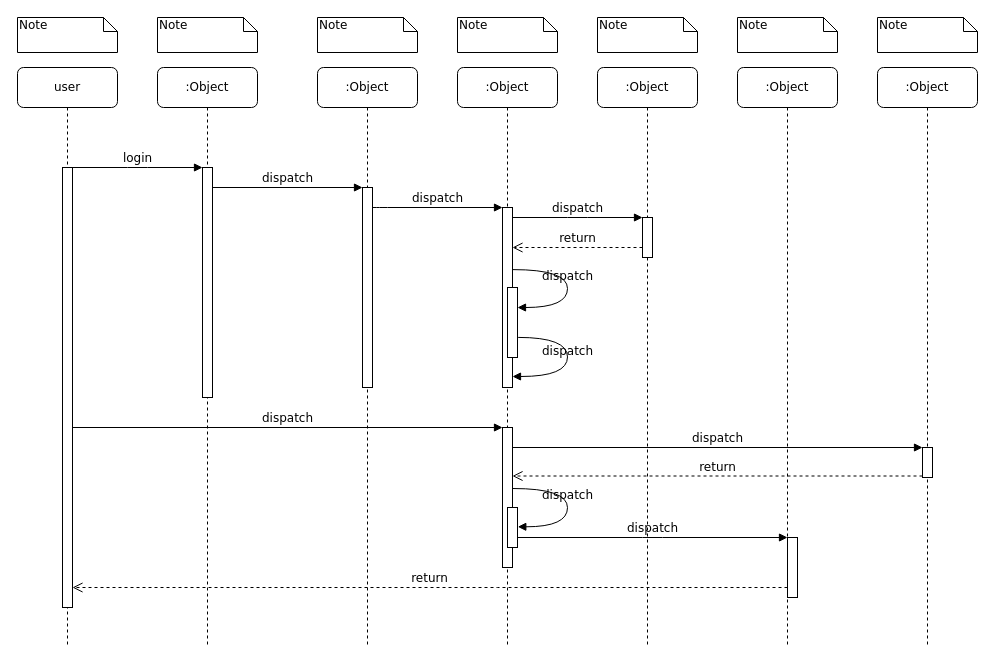
rogerkampret/Kantin-Kampus-Digital keeps this draw.io diagram as Diagram Tanpa Judul.drawio. Above is the earlier version. Source tidied: cells renumbered, new cells numbered last; positions are measured from the earlier drawing's top-left corner, leaving out a move shared by most shapes. Both pictures are drawn from the tidied source at 100%, with x=0, y=0 at pixel (17, 17).
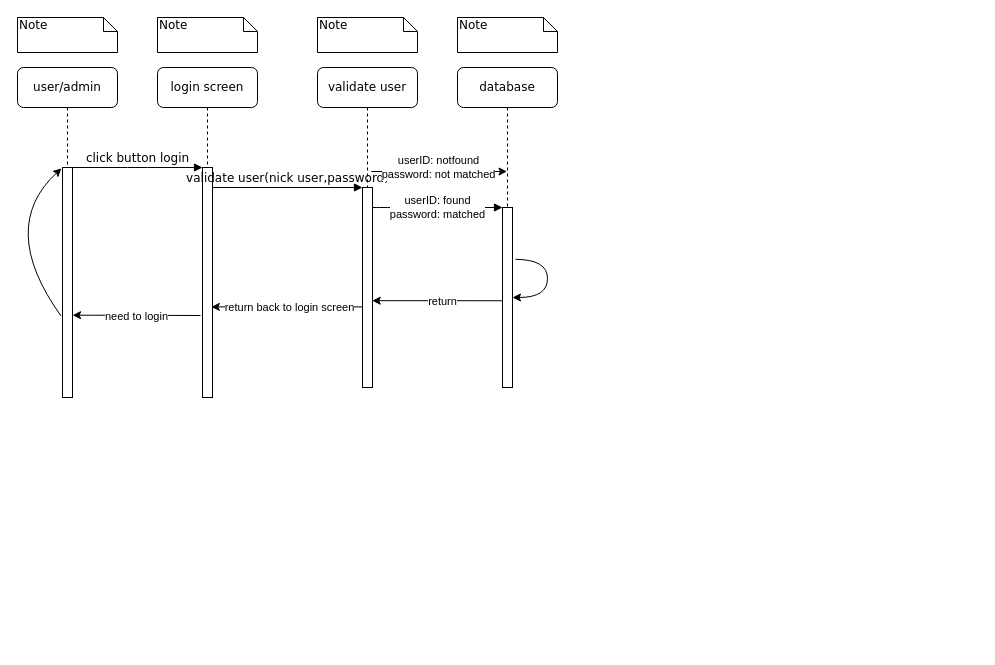
Above is the later version.

Unchanged cells that the change refers to:
```xml
<mxCell id="3" style="html=1;points=[];perimeter=orthogonalPerimeter;rounded=0;shadow=0;comic=0;labelBackgroundColor=none;strokeWidth=1;fontFamily=Verdana;fontSize=12;align=center;" parent="2" vertex="1">
  <mxGeometry x="45" y="100" width="10" height="230" as="geometry" />
</mxCell>
<mxCell id="5" style="html=1;points=[];perimeter=orthogonalPerimeter;rounded=0;shadow=0;comic=0;labelBackgroundColor=none;strokeWidth=1;fontFamily=Verdana;fontSize=12;align=center;" parent="4" vertex="1">
  <mxGeometry x="45" y="120" width="10" height="200" as="geometry" />
</mxCell>
<mxCell id="12" style="html=1;points=[];perimeter=orthogonalPerimeter;rounded=0;shadow=0;comic=0;labelBackgroundColor=none;strokeWidth=1;fontFamily=Verdana;fontSize=12;align=center;" parent="1" vertex="1">
  <mxGeometry x="485" y="190" width="10" height="180" as="geometry" />
</mxCell>
```

The edit, as a diff of the source:
```diff
@@
-    <mxCell id="2" value=":Object" style="shape=umlLifeline;perimeter=lifelinePerimeter;whiteSpace=wrap;html=1;rounded=1;shadow=0;comic=0;labelBackgroundColor=none;strokeWidth=1;fontFamily=Verdana;fontSize=12;align=center;" parent="1" vertex="1">
-      <mxGeometry x="140" y="50" width="100" height="580" as="geometry" />
+    <mxCell id="2" value="login screen" style="shape=umlLifeline;perimeter=lifelinePerimeter;whiteSpace=wrap;html=1;rounded=1;shadow=0;comic=0;labelBackgroundColor=none;strokeWidth=1;fontFamily=Verdana;fontSize=12;align=center;" parent="1" vertex="1">
+      <mxGeometry x="140" y="50" width="100" height="330" as="geometry" />
     </mxCell>
@@
-    <mxCell id="4" value=":Object" style="shape=umlLifeline;perimeter=lifelinePerimeter;whiteSpace=wrap;html=1;outlineConnect=0;rounded=1;shadow=0;comic=0;labelBackgroundColor=none;strokeWidth=1;fontFamily=Verdana;fontSize=12;align=center;" parent="1" vertex="1">
-      <mxGeometry x="300" y="50" width="100" height="580" as="geometry" />
+    <mxCell id="4" value="validate user" style="shape=umlLifeline;perimeter=lifelinePerimeter;whiteSpace=wrap;html=1;outlineConnect=0;rounded=1;shadow=0;comic=0;labelBackgroundColor=none;strokeWidth=1;fontFamily=Verdana;fontSize=12;align=center;" parent="1" vertex="1">
+      <mxGeometry x="300" y="50" width="100" height="320" as="geometry" />
     </mxCell>
@@
-    <mxCell id="6" value=":Object" style="shape=umlLifeline;perimeter=lifelinePerimeter;whiteSpace=wrap;html=1;outlineConnect=0;rounded=1;shadow=0;comic=0;labelBackgroundColor=none;strokeWidth=1;fontFamily=Verdana;fontSize=12;align=center;" parent="1" vertex="1">
-      <mxGeometry x="440" y="50" width="100" height="580" as="geometry" />
+    <mxCell id="6" value="database" style="shape=umlLifeline;perimeter=lifelinePerimeter;whiteSpace=wrap;html=1;outlineConnect=0;rounded=1;shadow=0;comic=0;labelBackgroundColor=none;strokeWidth=1;fontFamily=Verdana;fontSize=12;align=center;" parent="1" vertex="1">
+      <mxGeometry x="440" y="50" width="100" height="320" as="geometry" />
     </mxCell>
-    <mxCell id="7" value=":Object" style="shape=umlLifeline;perimeter=lifelinePerimeter;whiteSpace=wrap;html=1;rounded=1;shadow=0;comic=0;labelBackgroundColor=none;strokeWidth=1;fontFamily=Verdana;fontSize=12;align=center;" parent="1" vertex="1">
-      <mxGeometry x="580" y="50" width="100" height="580" as="geometry" />
-    </mxCell>
-    <mxCell id="8" value=":Object" style="shape=umlLifeline;perimeter=lifelinePerimeter;whiteSpace=wrap;html=1;rounded=1;shadow=0;comic=0;labelBackgroundColor=none;strokeWidth=1;fontFamily=Verdana;fontSize=12;align=center;" parent="1" vertex="1">
-      <mxGeometry x="720" y="50" width="100" height="580" as="geometry" />
-    </mxCell>
-    <mxCell id="9" value=":Object" style="shape=umlLifeline;perimeter=lifelinePerimeter;whiteSpace=wrap;html=1;rounded=1;shadow=0;comic=0;labelBackgroundColor=none;strokeWidth=1;fontFamily=Verdana;fontSize=12;align=center;" parent="1" vertex="1">
-      <mxGeometry x="860" y="50" width="100" height="580" as="geometry" />
-    </mxCell>
-    <mxCell id="10" value="user" style="shape=umlLifeline;perimeter=lifelinePerimeter;whiteSpace=wrap;html=1;rounded=1;shadow=0;comic=0;labelBackgroundColor=none;strokeWidth=1;fontFamily=Verdana;fontSize=12;align=center;" parent="1" vertex="1">
-      <mxGeometry y="50" width="100" height="580" as="geometry" />
+    <mxCell id="10" value="user/admin" style="shape=umlLifeline;perimeter=lifelinePerimeter;whiteSpace=wrap;html=1;rounded=1;shadow=0;comic=0;labelBackgroundColor=none;strokeWidth=1;fontFamily=Verdana;fontSize=12;align=center;" parent="1" vertex="1">
+      <mxGeometry y="50" width="100" height="330" as="geometry" />
     </mxCell>
     <mxCell id="11" style="html=1;points=[];perimeter=orthogonalPerimeter;rounded=0;shadow=0;comic=0;labelBackgroundColor=none;strokeWidth=1;fontFamily=Verdana;fontSize=12;align=center;" parent="10" vertex="1">
-      <mxGeometry x="45" y="100" width="10" height="440" as="geometry" />
+      <mxGeometry x="45" y="100" width="10" height="230" as="geometry" />
     </mxCell>
+    <mxCell id="39" style="curved=1;endArrow=classic;html=1;rounded=0;exitX=-0.14;exitY=0.646;exitDx=0;exitDy=0;exitPerimeter=0;entryX=-0.104;entryY=0.004;entryDx=0;entryDy=0;entryPerimeter=0;" parent="10" edge="1" source="11" target="11">
+      <mxGeometry relative="1" as="geometry">
+        <Array as="points">
+          <mxPoint x="-20" y="160" />
+        </Array>
+      </mxGeometry>
+    </mxCell>
@@
-    <mxCell id="13" value="dispatch" style="html=1;verticalAlign=bottom;endArrow=block;labelBackgroundColor=none;fontFamily=Verdana;fontSize=12;edgeStyle=elbowEdgeStyle;elbow=vertical;" parent="1" edge="1" source="5" target="12">
+    <mxCell id="13" value="&lt;p dir=&quot;ltr&quot;&gt;&lt;br&gt;&lt;/p&gt;" style="html=1;verticalAlign=bottom;endArrow=block;labelBackgroundColor=none;fontFamily=Verdana;fontSize=12;edgeStyle=elbowEdgeStyle;elbow=vertical;" parent="1" edge="1" source="5" target="12">
       <mxGeometry relative="1" as="geometry">
         <Array as="points">
           <mxPoint x="360" y="190" />
         </Array>
       </mxGeometry>
     </mxCell>
-    <mxCell id="14" style="html=1;points=[];perimeter=orthogonalPerimeter;rounded=0;shadow=0;comic=0;labelBackgroundColor=none;strokeWidth=1;fontFamily=Verdana;fontSize=12;align=center;" parent="1" vertex="1">
-      <mxGeometry x="625" y="200" width="10" height="40" as="geometry" />
-    </mxCell>
-    <mxCell id="15" value="dispatch" style="html=1;verticalAlign=bottom;endArrow=block;entryX=0;entryY=0;labelBackgroundColor=none;fontFamily=Verdana;fontSize=12;edgeStyle=elbowEdgeStyle;elbow=vertical;" parent="1" edge="1" source="12" target="14">
-      <mxGeometry relative="1" as="geometry" />
-    </mxCell>
-    <mxCell id="16" value="return" style="html=1;verticalAlign=bottom;endArrow=open;dashed=1;endSize=8;labelBackgroundColor=none;fontFamily=Verdana;fontSize=12;edgeStyle=elbowEdgeStyle;elbow=vertical;" parent="1" edge="1" source="14" target="12">
-      <mxGeometry relative="1" as="geometry">
-        <Array as="points">
-          <mxPoint x="570" y="230" />
-          <mxPoint x="600" y="230" />
-        </Array>
-      </mxGeometry>
-    </mxCell>
-    <mxCell id="17" style="html=1;points=[];perimeter=orthogonalPerimeter;rounded=0;shadow=0;comic=0;labelBackgroundColor=none;strokeWidth=1;fontFamily=Verdana;fontSize=12;align=center;" parent="1" vertex="1">
-      <mxGeometry x="485" y="410" width="10" height="140" as="geometry" />
-    </mxCell>
-    <mxCell id="18" value="dispatch" style="html=1;verticalAlign=bottom;endArrow=block;entryX=0;entryY=0;labelBackgroundColor=none;fontFamily=Verdana;fontSize=12;" parent="1" edge="1" source="11" target="17">
-      <mxGeometry relative="1" as="geometry" />
-    </mxCell>
-    <mxCell id="19" style="html=1;points=[];perimeter=orthogonalPerimeter;rounded=0;shadow=0;comic=0;labelBackgroundColor=none;strokeColor=#000000;strokeWidth=1;fillColor=#FFFFFF;fontFamily=Verdana;fontSize=12;fontColor=#000000;align=center;" parent="1" vertex="1">
-      <mxGeometry x="905" y="430" width="10" height="30" as="geometry" />
-    </mxCell>
-    <mxCell id="20" value="dispatch" style="html=1;verticalAlign=bottom;endArrow=block;entryX=0;entryY=0;labelBackgroundColor=none;fontFamily=Verdana;fontSize=12;" parent="1" edge="1" source="17" target="19">
-      <mxGeometry relative="1" as="geometry" />
-    </mxCell>
-    <mxCell id="21" value="return" style="html=1;verticalAlign=bottom;endArrow=open;dashed=1;endSize=8;exitX=0;exitY=0.95;labelBackgroundColor=none;fontFamily=Verdana;fontSize=12;" parent="1" edge="1" source="19" target="17">
-      <mxGeometry relative="1" as="geometry" />
-    </mxCell>
-    <mxCell id="22" style="html=1;points=[];perimeter=orthogonalPerimeter;rounded=0;shadow=0;comic=0;labelBackgroundColor=none;strokeWidth=1;fontFamily=Verdana;fontSize=12;align=center;" parent="1" vertex="1">
-      <mxGeometry x="770" y="520" width="10" height="60" as="geometry" />
-    </mxCell>
-    <mxCell id="23" value="dispatch" style="html=1;verticalAlign=bottom;endArrow=block;entryX=0;entryY=0;labelBackgroundColor=none;fontFamily=Verdana;fontSize=12;edgeStyle=elbowEdgeStyle;elbow=vertical;" parent="1" edge="1" source="30" target="22">
-      <mxGeometry relative="1" as="geometry" />
-    </mxCell>
-    <mxCell id="24" value="return" style="html=1;verticalAlign=bottom;endArrow=open;dashed=1;endSize=8;labelBackgroundColor=none;fontFamily=Verdana;fontSize=12;edgeStyle=elbowEdgeStyle;elbow=vertical;" parent="1" edge="1" source="22" target="11">
-      <mxGeometry relative="1" as="geometry">
-        <Array as="points">
-          <mxPoint x="470" y="570" />
-        </Array>
-      </mxGeometry>
-    </mxCell>
+    <mxCell id="40" value="userID: found&lt;div&gt;password: matched&lt;/div&gt;" style="edgeLabel;html=1;align=center;verticalAlign=middle;" parent="13" vertex="1">
+      <mxGeometry x="-0.01" y="1" relative="1" as="geometry" />
+    </mxCell>
-    <mxCell id="25" value="login" style="html=1;verticalAlign=bottom;endArrow=block;entryX=0;entryY=0;labelBackgroundColor=none;fontFamily=Verdana;fontSize=12;edgeStyle=elbowEdgeStyle;elbow=vertical;" parent="1" edge="1" source="11" target="3">
+    <mxCell id="25" value="click button login" style="html=1;verticalAlign=bottom;endArrow=block;entryX=0;entryY=0;labelBackgroundColor=none;fontFamily=Verdana;fontSize=12;edgeStyle=elbowEdgeStyle;elbow=vertical;" parent="1" edge="1" source="11" target="3">
       <mxGeometry relative="1" as="geometry" />
     </mxCell>
-    <mxCell id="26" value="dispatch" style="html=1;verticalAlign=bottom;endArrow=block;entryX=0;entryY=0;labelBackgroundColor=none;fontFamily=Verdana;fontSize=12;edgeStyle=elbowEdgeStyle;elbow=vertical;" parent="1" edge="1" source="3" target="5">
+    <mxCell id="26" value="validate user(nick user,password)" style="html=1;verticalAlign=bottom;endArrow=block;entryX=0;entryY=0;labelBackgroundColor=none;fontFamily=Verdana;fontSize=12;edgeStyle=elbowEdgeStyle;elbow=vertical;" parent="1" edge="1" source="3" target="5">
       <mxGeometry relative="1" as="geometry" />
     </mxCell>
-    <mxCell id="27" style="html=1;points=[];perimeter=orthogonalPerimeter;rounded=0;shadow=0;comic=0;labelBackgroundColor=none;strokeWidth=1;fontFamily=Verdana;fontSize=12;align=center;" parent="1" vertex="1">
-      <mxGeometry x="490" y="270" width="10" height="70" as="geometry" />
-    </mxCell>
-    <mxCell id="28" value="dispatch" style="html=1;verticalAlign=bottom;endArrow=block;labelBackgroundColor=none;fontFamily=Verdana;fontSize=12;elbow=vertical;edgeStyle=orthogonalEdgeStyle;curved=1;entryX=1;entryY=0.286;entryPerimeter=0;exitX=1.038;exitY=0.345;exitPerimeter=0;" parent="1" edge="1" source="12" target="27">
-      <mxGeometry relative="1" as="geometry">
-        <Array as="points">
-          <mxPoint x="550" y="252" />
-          <mxPoint x="550" y="290" />
-        </Array>
-      </mxGeometry>
-    </mxCell>
-    <mxCell id="29" value="dispatch" style="html=1;verticalAlign=bottom;endArrow=block;labelBackgroundColor=none;fontFamily=Verdana;fontSize=12;elbow=vertical;edgeStyle=orthogonalEdgeStyle;curved=1;exitX=1.066;exitY=0.713;exitPerimeter=0;" parent="1" edge="1" source="27">
-      <mxGeometry relative="1" as="geometry">
-        <mxPoint x="495" y="359" as="targetPoint" />
-        <Array as="points">
-          <mxPoint x="550" y="320" />
-          <mxPoint x="550" y="359" />
-        </Array>
-      </mxGeometry>
-    </mxCell>
-    <mxCell id="30" style="html=1;points=[];perimeter=orthogonalPerimeter;rounded=0;shadow=0;comic=0;labelBackgroundColor=none;strokeWidth=1;fontFamily=Verdana;fontSize=12;align=center;" parent="1" vertex="1">
-      <mxGeometry x="490" y="490" width="10" height="40" as="geometry" />
-    </mxCell>
-    <mxCell id="31" value="dispatch" style="html=1;verticalAlign=bottom;endArrow=block;labelBackgroundColor=none;fontFamily=Verdana;fontSize=12;elbow=vertical;edgeStyle=orthogonalEdgeStyle;curved=1;entryX=1;entryY=0.286;entryPerimeter=0;exitX=1.038;exitY=0.345;exitPerimeter=0;" parent="1" edge="1">
-      <mxGeometry relative="1" as="geometry">
-        <mxPoint x="495.3" y="471" as="sourcePoint" />
-        <mxPoint x="500.3" y="509.3" as="targetPoint" />
-        <Array as="points">
-          <mxPoint x="550" y="471" />
-          <mxPoint x="550" y="509" />
-        </Array>
-      </mxGeometry>
-    </mxCell>
@@
-    <mxCell id="36" value="Note" style="shape=note;whiteSpace=wrap;html=1;size=14;verticalAlign=top;align=left;spacingTop=-6;rounded=0;shadow=0;comic=0;labelBackgroundColor=none;strokeWidth=1;fontFamily=Verdana;fontSize=12;" parent="1" vertex="1">
-      <mxGeometry x="580" width="100" height="35" as="geometry" />
-    </mxCell>
-    <mxCell id="37" value="Note" style="shape=note;whiteSpace=wrap;html=1;size=14;verticalAlign=top;align=left;spacingTop=-6;rounded=0;shadow=0;comic=0;labelBackgroundColor=none;strokeWidth=1;fontFamily=Verdana;fontSize=12;" parent="1" vertex="1">
-      <mxGeometry x="720" width="100" height="35" as="geometry" />
-    </mxCell>
-    <mxCell id="38" value="Note" style="shape=note;whiteSpace=wrap;html=1;size=14;verticalAlign=top;align=left;spacingTop=-6;rounded=0;shadow=0;comic=0;labelBackgroundColor=none;strokeWidth=1;fontFamily=Verdana;fontSize=12;" parent="1" vertex="1">
-      <mxGeometry x="860" width="100" height="35" as="geometry" />
-    </mxCell>
+    <mxCell id="41" style="endArrow=classic;html=1;rounded=0;exitX=0.539;exitY=0.325;exitDx=0;exitDy=0;exitPerimeter=0;" parent="1" edge="1" source="4" target="6">
+      <mxGeometry relative="1" as="geometry" />
+    </mxCell>
+    <mxCell id="42" value="userID: notfound&lt;div&gt;password: not matched&lt;/div&gt;" style="edgeLabel;html=1;align=center;verticalAlign=middle;" parent="41" vertex="1">
+      <mxGeometry x="-0.01" y="5" relative="1" as="geometry" />
+    </mxCell>
+    <mxCell id="43" style="curved=1;endArrow=classic;html=1;rounded=0;exitX=1.301;exitY=0.288;exitDx=0;exitDy=0;exitPerimeter=0;" parent="1" edge="1" source="12" target="12">
+      <mxGeometry relative="1" as="geometry">
+        <Array as="points">
+          <mxPoint x="530" y="242" />
+          <mxPoint x="530" y="280" />
+        </Array>
+      </mxGeometry>
+    </mxCell>
+    <mxCell id="44" style="endArrow=classic;html=1;rounded=0;exitX=-0.002;exitY=0.518;exitDx=0;exitDy=0;exitPerimeter=0;entryX=0.971;entryY=0.566;entryDx=0;entryDy=0;entryPerimeter=0;" parent="1" edge="1" source="12" target="5">
+      <mxGeometry relative="1" as="geometry" />
+    </mxCell>
+    <mxCell id="45" value="return" style="edgeLabel;html=1;align=center;verticalAlign=middle;" parent="44" vertex="1">
+      <mxGeometry x="-0.08" relative="1" as="geometry" />
+    </mxCell>
+    <mxCell id="46" style="endArrow=classic;html=1;rounded=0;entryX=0.879;entryY=0.606;entryDx=0;entryDy=0;entryPerimeter=0;exitX=0.052;exitY=0.597;exitDx=0;exitDy=0;exitPerimeter=0;" parent="1" edge="1" source="5" target="3">
+      <mxGeometry relative="1" as="geometry" />
+    </mxCell>
+    <mxCell id="47" value="return back to login screen" style="edgeLabel;html=1;align=center;verticalAlign=middle;" parent="46" vertex="1">
+      <mxGeometry x="-0.02" relative="1" as="geometry" />
+    </mxCell>
+    <mxCell id="48" style="endArrow=classic;html=1;rounded=0;entryX=1.009;entryY=0.642;entryDx=0;entryDy=0;entryPerimeter=0;" parent="1" edge="1" target="11">
+      <mxGeometry relative="1" as="geometry">
+        <mxPoint x="183" y="298" as="sourcePoint" />
+      </mxGeometry>
+    </mxCell>
+    <mxCell id="49" value="need to login" style="edgeLabel;html=1;align=center;verticalAlign=middle;" parent="48" vertex="1">
+      <mxGeometry y="1" relative="1" as="geometry" />
+    </mxCell>
```
